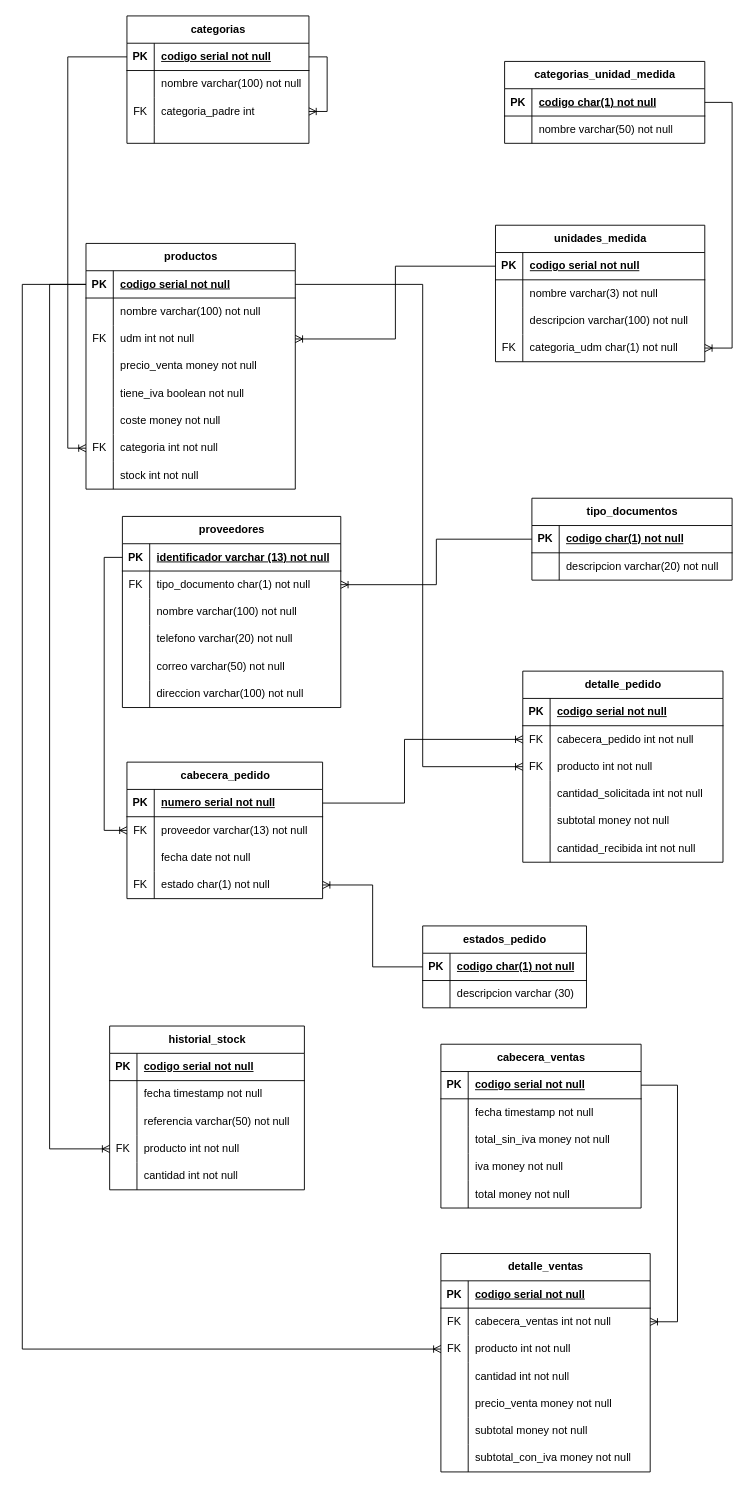
Above: modelo/inventario.drawio in rorquera/inventario (draw.io), before the change. Source tidied: cells renumbered, new cells numbered last; positions are measured from the earlier drawing's top-left corner, leaving out a move shared by most shapes. Both pictures are drawn from the tidied source at 91%, with x=0, y=0 at pixel (22, 15).
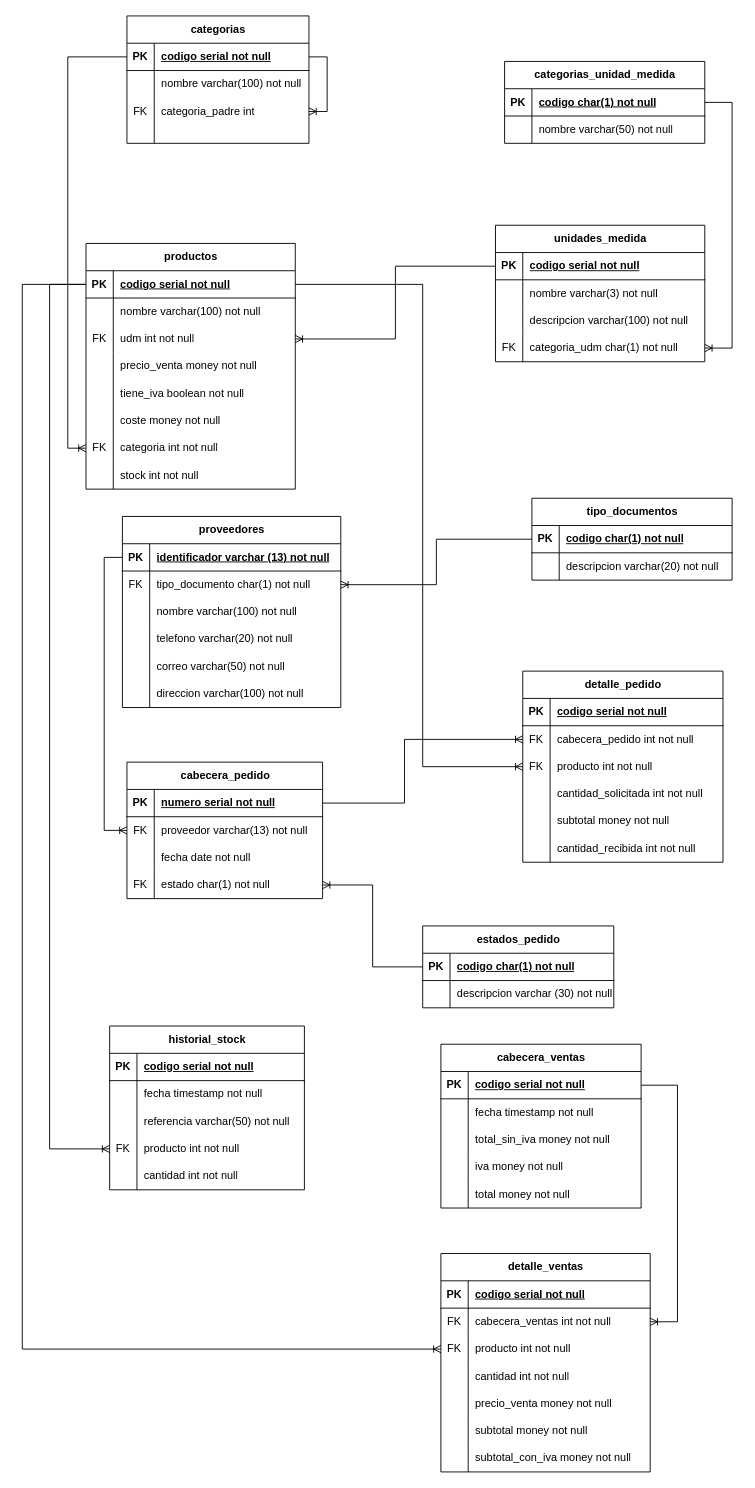
After the change.

The edit, as a diff of the source:
```diff
@@
     <mxCell id="127" value="estados_pedido" style="shape=table;startSize=30;childLayout=tableLayout;rowLines=0;fontStyle=1;align=center;html=1;" parent="1" vertex="1">
-      <mxGeometry x="440" y="1000" width="180" height="90" as="geometry" />
+      <mxGeometry x="440" y="1000" width="210" height="90" as="geometry" />
     </mxCell>
     <mxCell id="128" style="shape=tableRow;horizontal=0;startSize=0;swimlaneHead=0;swimlaneBody=0;fillColor=none;points=[[0,0.5],[1,0.5]];portConstraint=eastwest;top=0;left=0;right=0;bottom=1;" parent="127" vertex="1">
-      <mxGeometry y="30" width="180" height="30" as="geometry" />
+      <mxGeometry y="30" width="210" height="30" as="geometry" />
     </mxCell>
@@
     <mxCell id="130" value="codigo char(1) not null" style="shape=partialRectangle;fillColor=none;top=0;left=0;bottom=0;right=0;align=left;spacingLeft=6;fontStyle=5;overflow=hidden;whiteSpace=wrap;html=1;" parent="128" vertex="1">
-      <mxGeometry x="30" width="150" height="30" as="geometry" />
+      <mxGeometry x="30" width="180" height="30" as="geometry" />
     </mxCell>
     <mxCell id="131" style="shape=tableRow;horizontal=0;startSize=0;swimlaneHead=0;swimlaneBody=0;fillColor=none;top=0;left=0;right=0;bottom=0;" parent="127" vertex="1">
-      <mxGeometry y="60" width="180" height="30" as="geometry" />
+      <mxGeometry y="60" width="210" height="30" as="geometry" />
     </mxCell>
@@
-    <mxCell id="133" value="descripcion varchar (30)" style="shape=partialRectangle;fillColor=none;top=0;left=0;bottom=0;right=0;align=left;spacingLeft=6;overflow=hidden;whiteSpace=wrap;html=1;" parent="131" vertex="1">
-      <mxGeometry x="30" width="150" height="30" as="geometry" />
+    <mxCell id="133" value="descripcion varchar (30) not null" style="shape=partialRectangle;fillColor=none;top=0;left=0;bottom=0;right=0;align=left;spacingLeft=6;overflow=hidden;whiteSpace=wrap;html=1;" parent="131" vertex="1">
+      <mxGeometry x="30" width="180" height="30" as="geometry" />
     </mxCell>
```
